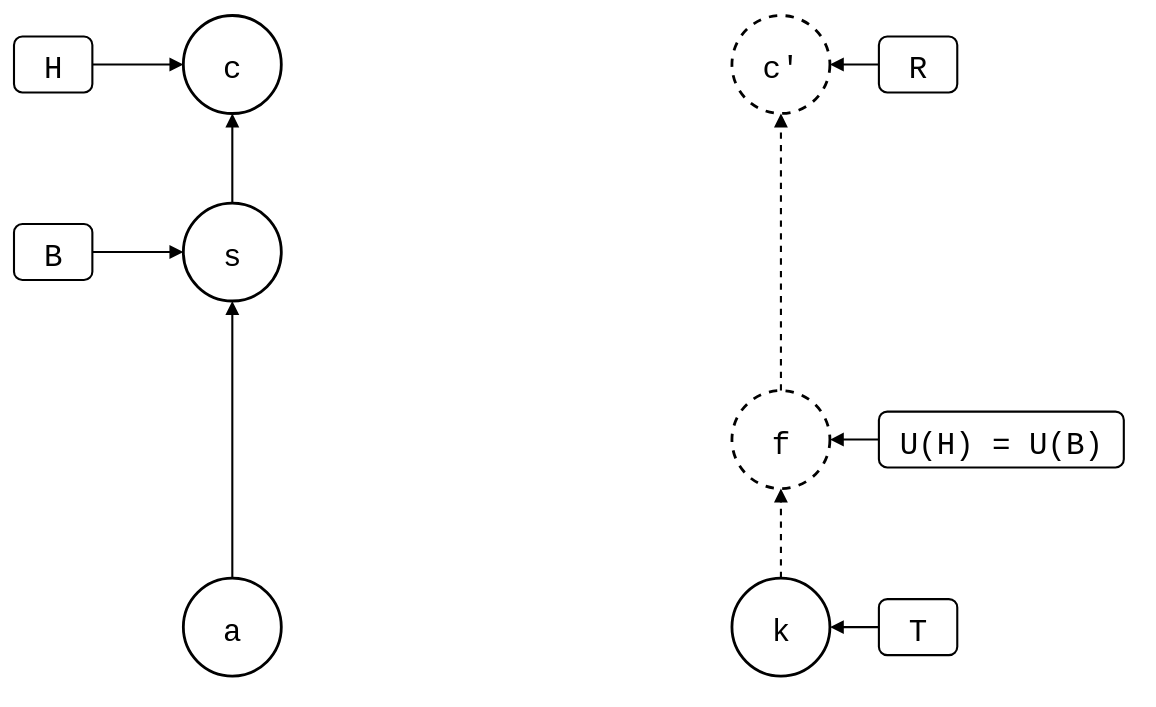
roschaefer/git-splice keeps this draw.io diagram as test/scenarios/up-to-date/squash-merged-pull/squash-merged-pull.drawio.svg. Above is the earlier version. Source tidied: cells renumbered, new cells last; positions are measured from the earlier drawing's top-left corner, leaving out a move shared by most shapes.
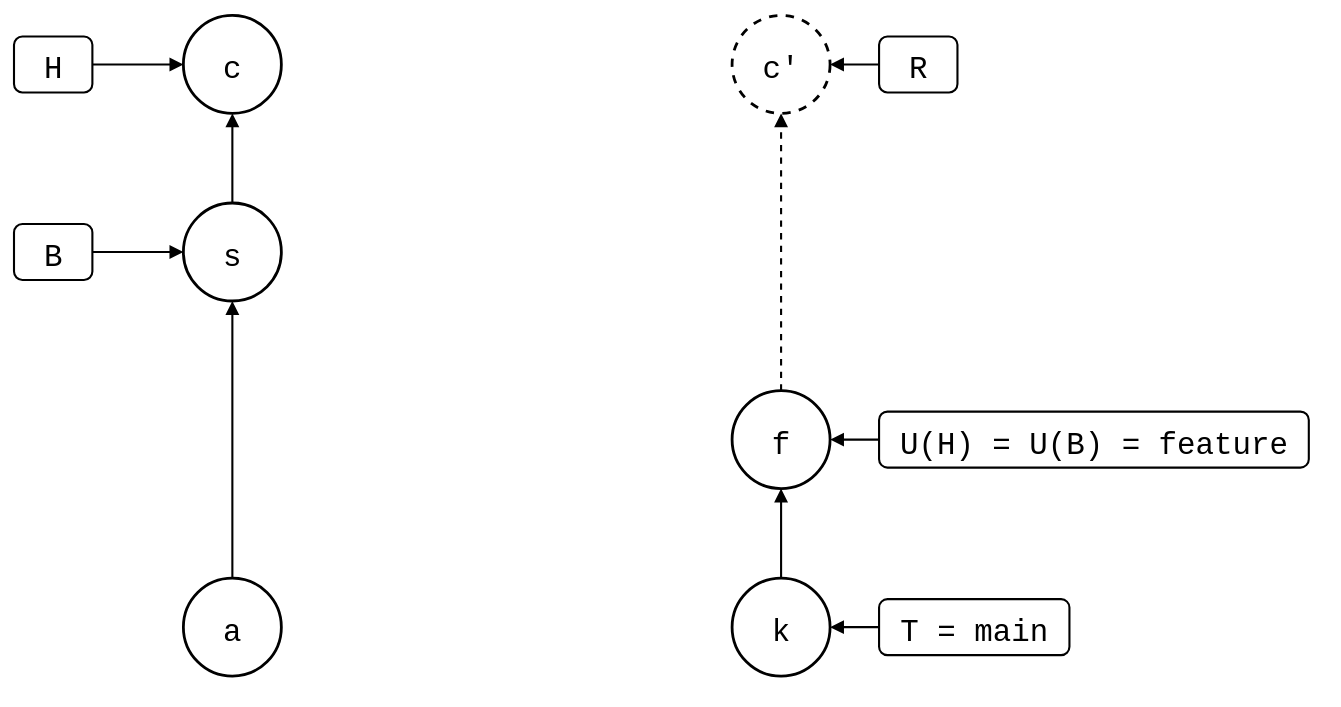
The same diagram one commit later.

The edit, as a diff of the source:
```diff
@@ -14,7 +14,7 @@
     <mxCell id="5" value="k" style="ellipse;strokeWidth=2;fontSize=22;fontFamily=Roboto Mono,monospace;" parent="1" vertex="1">
       <mxGeometry x="513" y="402" width="70" height="70" as="geometry" />
     </mxCell>
-    <mxCell id="6" value="f" style="ellipse;strokeWidth=2;fontSize=22;fontFamily=Roboto Mono,monospace;dashed=1;" parent="1" vertex="1">
+    <mxCell id="6" value="f" style="ellipse;strokeWidth=2;fontSize=22;fontFamily=Roboto Mono,monospace;" parent="1" vertex="1">
       <mxGeometry x="513" y="268" width="70" height="70" as="geometry" />
     </mxCell>
     <mxCell id="7" value="c'" style="ellipse;strokeWidth=2;fontSize=22;fontFamily=Roboto Mono,monospace;dashed=1;" parent="1" vertex="1">
@@ -32,14 +32,14 @@
     <mxCell id="11" style="endArrow=block;endFill=1;html=1;strokeWidth=1.5;rounded=0;" parent="1" edge="1" source="10" target="3">
       <mxGeometry relative="1" as="geometry" />
     </mxCell>
-    <mxCell id="12" value="T" style="rounded=1;strokeWidth=1.5;fontSize=22;fontFamily=Roboto Mono,monospace;" parent="1" vertex="1">
-      <mxGeometry x="618" y="417" width="56" height="40" as="geometry" />
+    <mxCell id="12" value="T = main" style="rounded=1;strokeWidth=1.5;fontSize=22;fontFamily=Roboto Mono,monospace;" parent="1" vertex="1">
+      <mxGeometry x="618" y="417" width="136" height="40" as="geometry" />
     </mxCell>
     <mxCell id="13" style="endArrow=block;endFill=1;html=1;strokeWidth=1.5;rounded=0;" parent="1" edge="1" source="12" target="5">
       <mxGeometry relative="1" as="geometry" />
     </mxCell>
-    <mxCell id="14" value="U(H) = U(B)" style="rounded=1;strokeWidth=1.5;fontSize=22;fontFamily=Roboto Mono,monospace;" parent="1" vertex="1">
-      <mxGeometry x="618" y="283" width="175" height="40" as="geometry" />
+    <mxCell id="14" value="U(H) = U(B) = feature" style="rounded=1;strokeWidth=1.5;fontSize=22;fontFamily=Roboto Mono,monospace;" parent="1" vertex="1">
+      <mxGeometry x="618" y="283" width="307" height="40" as="geometry" />
     </mxCell>
     <mxCell id="15" style="endArrow=block;endFill=1;html=1;strokeWidth=1.5;rounded=0;" parent="1" edge="1" source="14" target="6">
       <mxGeometry relative="1" as="geometry" />
@@ -56,7 +56,7 @@
     <mxCell id="19" style="endArrow=block;endFill=1;html=1;strokeWidth=1.5;rounded=0;" parent="1" edge="1" source="3" target="4">
       <mxGeometry relative="1" as="geometry" />
     </mxCell>
-    <mxCell id="20" style="endArrow=block;endFill=1;html=1;strokeWidth=1.5;rounded=0;dashed=1;" parent="1" edge="1" source="5" target="6">
+    <mxCell id="20" style="endArrow=block;endFill=1;html=1;strokeWidth=1.5;rounded=0;" parent="1" edge="1" source="5" target="6">
       <mxGeometry relative="1" as="geometry" />
     </mxCell>
     <mxCell id="21" style="endArrow=block;endFill=1;html=1;strokeWidth=1.5;rounded=0;dashed=1;" parent="1" edge="1" source="6" target="7">
```
